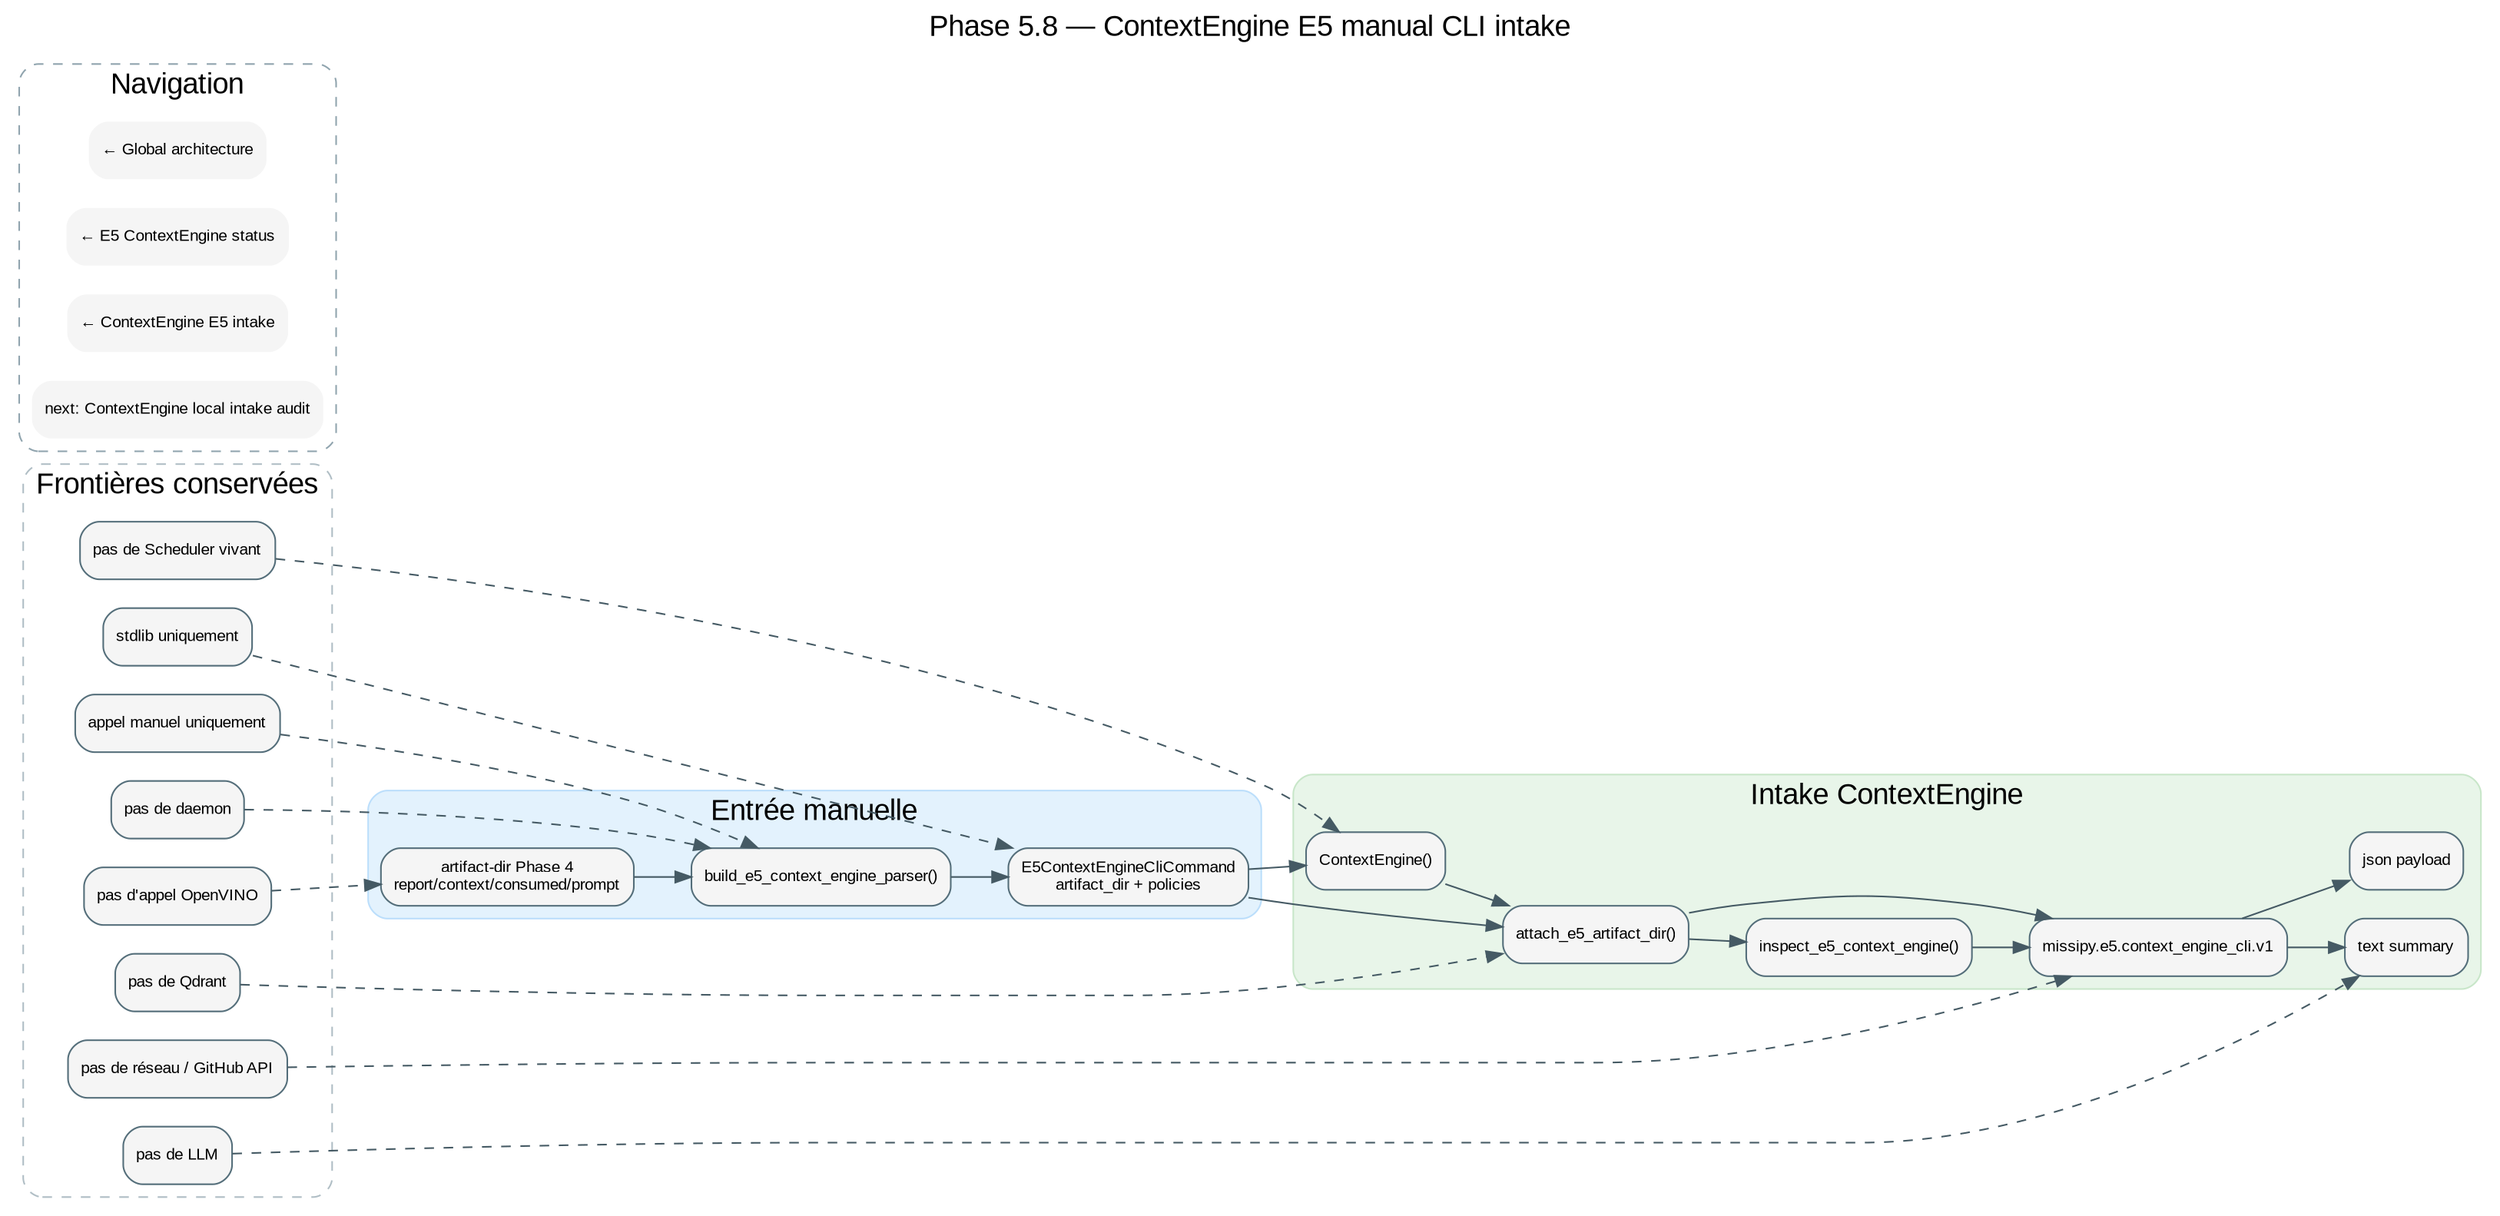
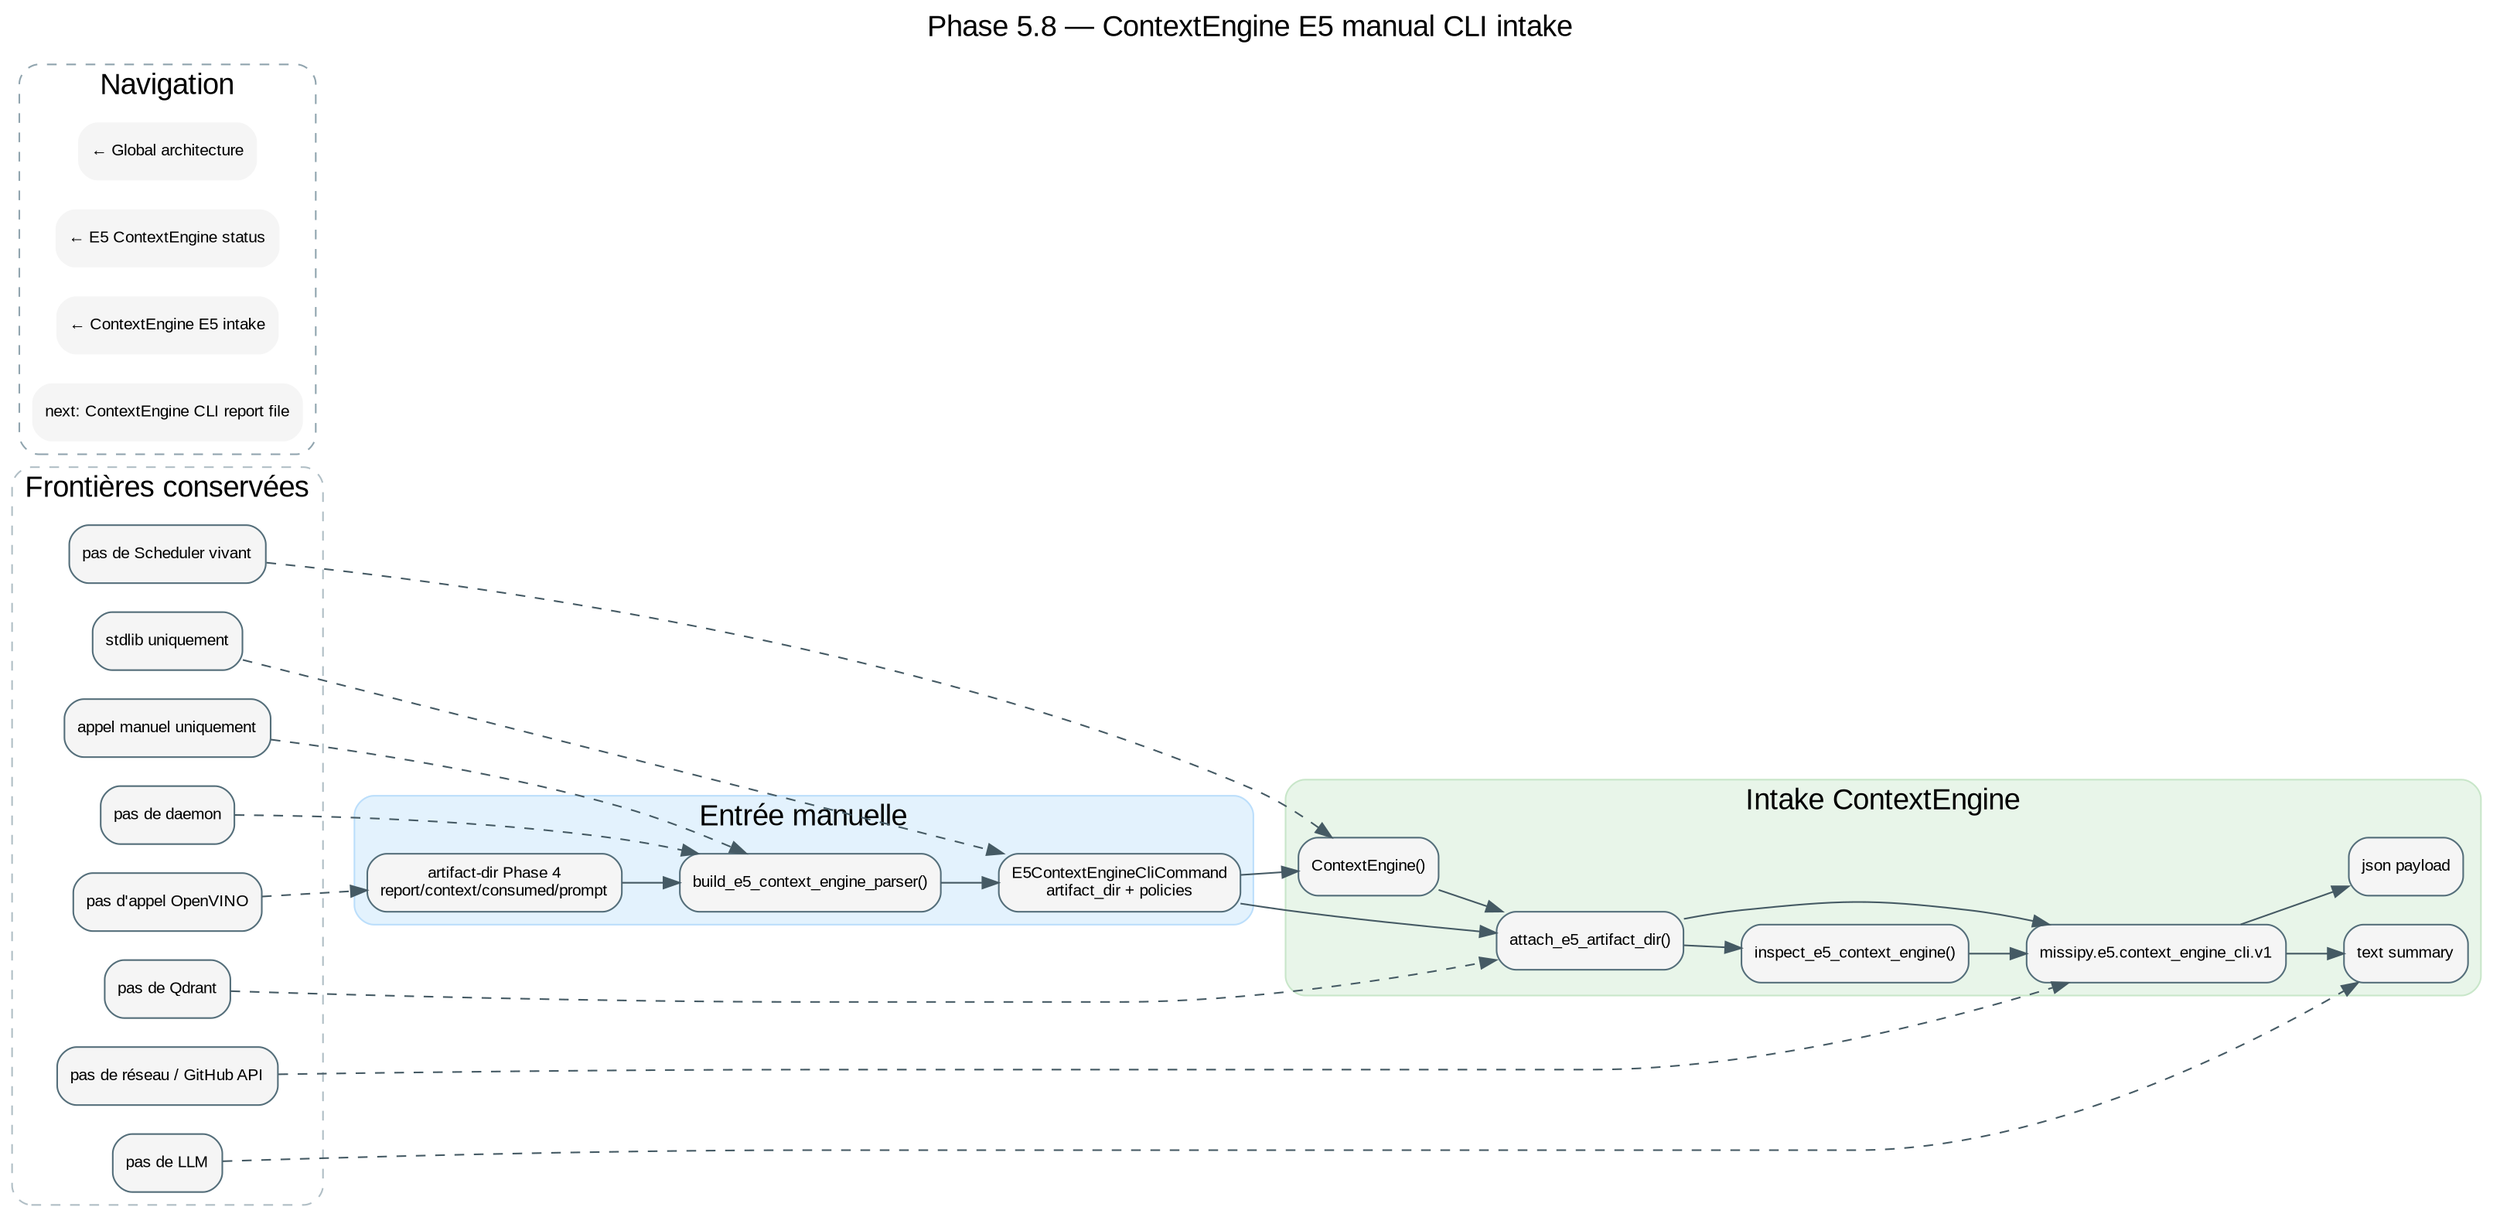
digraph E5ContextEngineCli {
  graph [
    label="Phase 5.8 — ContextEngine E5 manual CLI intake",
    labelloc=t,
    fontsize=18,
    fontname="Arial",
    rankdir=LR,
    bgcolor="#ffffff"
  ];

  node [shape=box, style="rounded,filled", fontname="Arial", fontsize=10, fillcolor="#f5f5f5", color="#546e7a"];
  edge [fontname="Arial", fontsize=9, color="#455a64"];

  // ROADMAP_PARENT: context/31_e5_context_engine_status.dot

  subgraph cluster_input {
    label="Entrée manuelle";
    style="rounded,filled";
    color="#bbdefb";
    fillcolor="#e3f2fd";

    ArtifactDir [label="artifact-dir Phase 4\nreport/context/consumed/prompt", URL="26_e5_artifact_directory_loader.svg"];
    Parser [label="build_e5_context_engine_parser()"];
    Command [label="E5ContextEngineCliCommand\nartifact_dir + policies"];
  }

  subgraph cluster_runtime {
    label="Intake ContextEngine";
    style="rounded,filled";
    color="#c8e6c9";
    fillcolor="#e8f5e9";

    Engine [label="ContextEngine()", URL="20_context.svg"];
    Intake [label="attach_e5_artifact_dir()", URL="30_e5_context_engine_intake.svg"];
    Status [label="inspect_e5_context_engine()", URL="31_e5_context_engine_status.svg"];
    Payload [label="missipy.e5.context_engine_cli.v1"];
    Text [label="text summary"];
    Json [label="json payload"];
  }

  subgraph cluster_boundaries {
    label="Frontières conservées";
    style="rounded,dashed";
    color="#b0bec5";

    Manual [label="appel manuel uniquement"];
    NoScheduler [label="pas de Scheduler vivant"];
    NoDaemon [label="pas de daemon"];
    NoNetwork [label="pas de réseau / GitHub API"];
    NoQdrant [label="pas de Qdrant"];
    NoLLM [label="pas de LLM"];
    NoOpenVINO [label="pas d'appel OpenVINO"];
    Stdlib [label="stdlib uniquement"];
  }

  ArtifactDir -> Parser;
  Parser -> Command;
  Command -> Engine;
  Command -> Intake;
  Engine -> Intake;
  Intake -> Status;
  Status -> Payload;
  Intake -> Payload;
  Payload -> Text;
  Payload -> Json;

  Manual -> Parser [style=dashed];
  NoScheduler -> Engine [style=dashed];
  NoDaemon -> Parser [style=dashed];
  NoNetwork -> Payload [style=dashed];
  NoQdrant -> Intake [style=dashed];
  NoLLM -> Text [style=dashed];
  NoOpenVINO -> ArtifactDir [style=dashed];
  Stdlib -> Command [style=dashed];

  subgraph cluster_navigation {
    label="Navigation";
    style="rounded,dashed";
    color="#90a4ae";

    Global [label="← Global architecture", shape=plaintext, URL="../00_global.svg"];
    Parent [label="← E5 ContextEngine status", shape=plaintext, URL="31_e5_context_engine_status.svg"];
    IntakeNav [label="← ContextEngine E5 intake", shape=plaintext, URL="30_e5_context_engine_intake.svg"];
-     Next [label="next: ContextEngine local intake audit", shape=plaintext];
+     Next [label="next: ContextEngine CLI report file", shape=plaintext, URL="33_e5_context_engine_cli_report.svg"];
  }

  // HTML_DETAIL[phase5_8]: CLI manuelle locale pour attacher un artifact-dir E5 Phase 4 à un ContextEngine éphémère puis afficher le statut 5.7 ; aucune API distante, aucun Scheduler vivant et aucun backend ne sont appelés.
}
